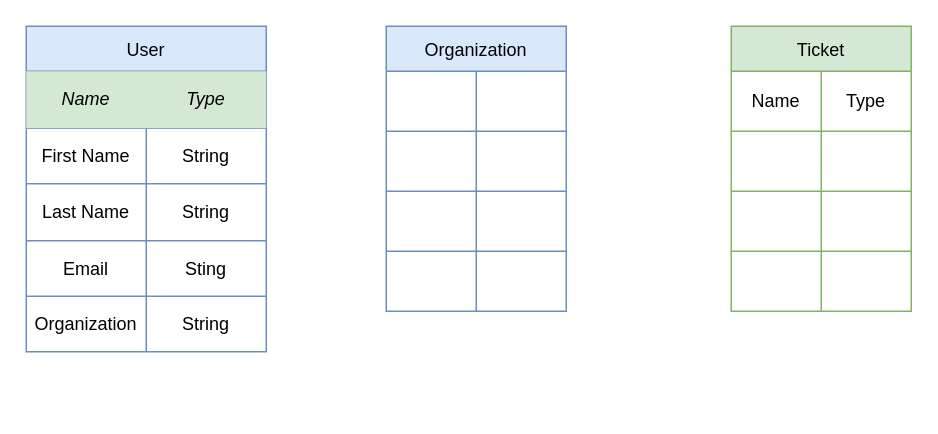
Earlier version of the draw.io diagram page "Services" (2 of 4) of Untitled Diagram.drawio (s3un/system-architecture). Source tidied: cells renumbered, new cells numbered last; positions are measured from the earlier drawing's top-left corner, leaving out a move shared by most shapes. Both pictures are drawn from the tidied source at 150%, with x=0, y=0 at pixel (26, 26).
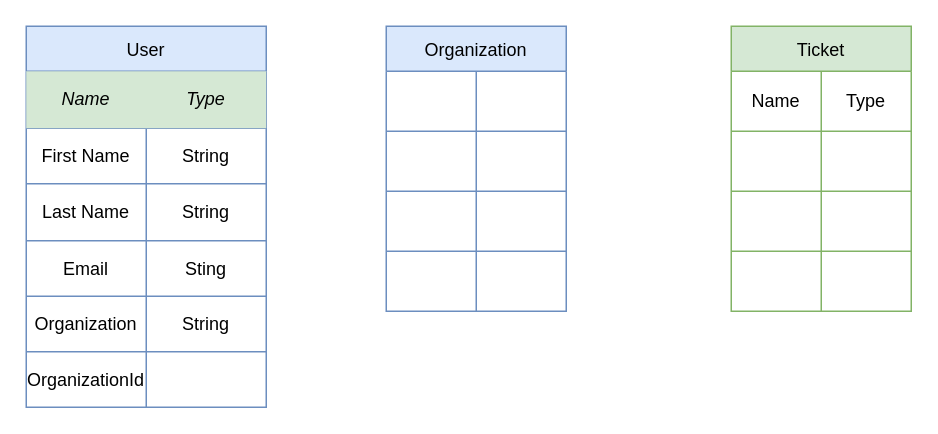
After the change.

Diff of the diagram source:
```diff
@@
     <mxCell id="2" value="User" style="shape=table;startSize=30;childLayout=tableLayout;fillColor=#dae8fc;strokeColor=#6c8ebf;" parent="1" vertex="1">
-      <mxGeometry width="160" height="217" as="geometry" />
+      <mxGeometry width="160" height="254" as="geometry" />
     </mxCell>
@@
+    <mxCell id="44" style="shape=tableRow;horizontal=0;startSize=0;swimlaneHead=0;swimlaneBody=0;strokeColor=inherit;top=0;left=0;bottom=0;right=0;fillColor=none;" parent="2" vertex="1">
+      <mxGeometry y="217" width="160" height="37" as="geometry" />
+    </mxCell>
+    <mxCell id="45" value="OrganizationId" style="shape=partialRectangle;html=1;whiteSpace=wrap;strokeColor=inherit;overflow=hidden;fillColor=none;top=0;left=0;bottom=0;right=0;" parent="44" vertex="1">
+      <mxGeometry width="80" height="37" as="geometry" />
+    </mxCell>
+    <mxCell id="46" style="shape=partialRectangle;html=1;whiteSpace=wrap;strokeColor=inherit;overflow=hidden;fillColor=none;top=0;left=0;bottom=0;right=0;" parent="44" vertex="1">
+      <mxGeometry x="80" width="80" height="37" as="geometry" />
+    </mxCell>
```
